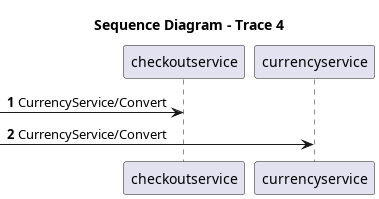
This is diagrams/sequence-checkout.png from HiImLuxifer/UML_Generator, a PlantUML export, as it was before one commit.
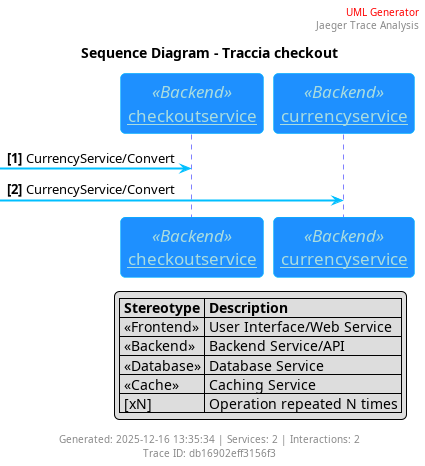
The same diagram one commit later.

The edit, as a diff of the source:
```diff
@@ -1,11 +1,55 @@
 @startuml
-title Sequence Diagram - Trace 4
-autonumber
 
-participant "checkoutservice" as checkoutservice
-participant "currencyservice" as currencyservice
+skinparam sequenceArrowThickness 2
+skinparam roundcorner 10
+skinparam maxMessageSize 200
+skinparam sequenceParticipant underline
+
+skinparam sequence {
+  ArrowColor DeepSkyBlue
+  ActorBorderColor DeepSkyBlue
+  LifeLineBorderColor blue
+  LifeLineBackgroundColor #A9DCDF
+  ParticipantBorderColor DeepSkyBlue
+  ParticipantBackgroundColor DodgerBlue
+  ParticipantFontName Impact
+  ParticipantFontSize 17
+  ParticipantFontColor #A9DCDF
+  ActorBackgroundColor aqua
+  ActorFontColor DeepSkyBlue
+  ActorFontSize 17
+  ActorFontName Aapex
+  BoxBorderColor GreenYellow
+  BoxFontSize 12
+}
+
+title Sequence Diagram - Traccia checkout
+
+header
+  <font color=red>UML Generator</font>
+  Jaeger Trace Analysis
+endheader
+
+autonumber "<b>[0]"
+
+participant "checkoutservice" as checkoutservice <<Backend>>
+participant "currencyservice" as currencyservice <<Backend>>
 
 [-> checkoutservice: CurrencyService/Convert
 [-> currencyservice: CurrencyService/Convert
 
+legend right
+  |= Stereotype |= Description |
+  | <<Frontend>> | User Interface/Web Service |
+  | <<Backend>> | Backend Service/API |
+  | <<Database>> | Database Service |
+  | <<Cache>> | Caching Service |
+  | [xN] | Operation repeated N times |
+endlegend
+
+footer
+  Generated: 2025-12-16 13:35:34 | Services: 2 | Interactions: 2
+  Trace ID: db16902eff3156f3
+endfooter
+
 @enduml
```
